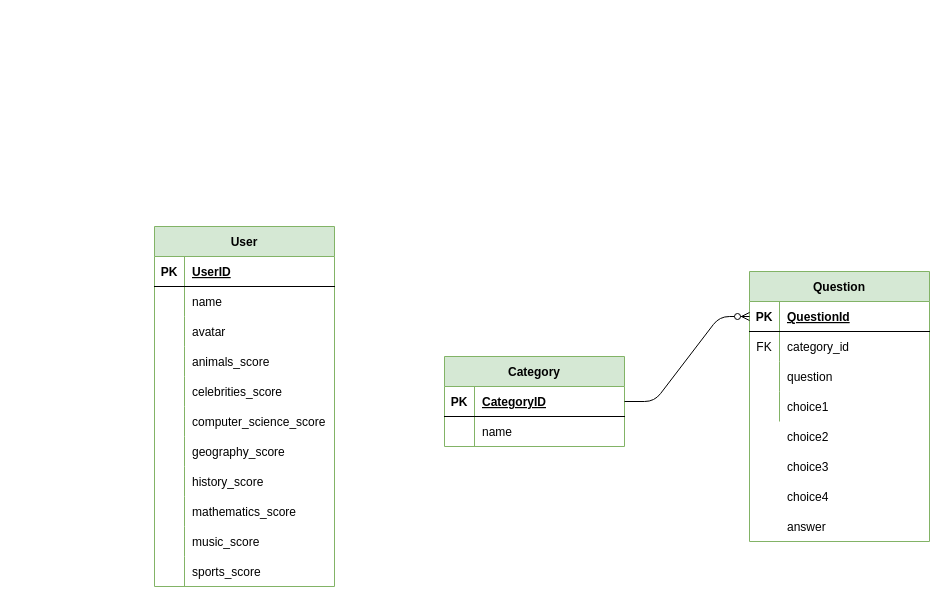
Above: erd.drawio in fentybit/KnowItAll_backend (draw.io), before the change. Source tidied: cells renumbered, new cells numbered last; positions are measured from the earlier drawing's top-left corner, leaving out a move shared by most shapes. Both pictures are drawn from the tidied source at 100%, with x=0, y=0 at pixel (154, 226).
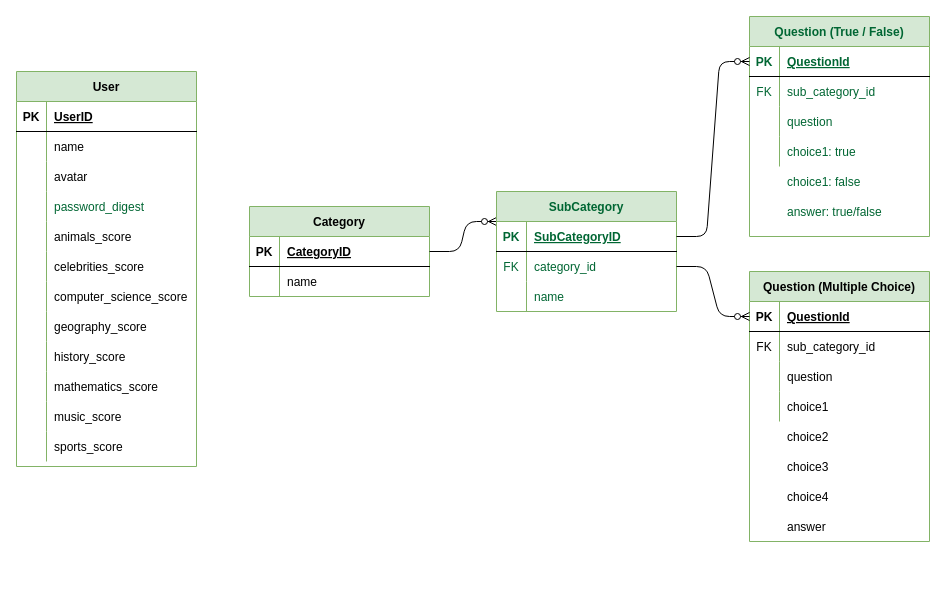
The same page after the edit.

Commit message (it also covers changes not shown here):
add future project build ERD to readme

The change refers to these unchanged cells:
```xml
<mxCell id="37" style="shape=partialRectangle;fillColor=none;top=0;left=0;bottom=1;right=0;points=[[0,0.5],[1,0.5]];portConstraint=eastwest;" parent="36" vertex="1">
  <mxGeometry y="30" width="180" height="30" as="geometry" />
</mxCell>
<mxCell id="44" style="shape=partialRectangle;fillColor=none;top=0;left=0;bottom=1;right=0;points=[[0,0.5],[1,0.5]];portConstraint=eastwest;" parent="43" vertex="1">
  <mxGeometry y="30" width="180" height="30" as="geometry" />
</mxCell>
<mxCell id="47" style="shape=partialRectangle;fillColor=none;top=0;left=0;bottom=0;right=0;" parent="43" vertex="1">
  <mxGeometry y="60" width="180" height="30" as="geometry" />
</mxCell>
```

Diff of the diagram source:
```diff
@@
     <mxCell id="2" value="User" style="shape=table;startSize=30;childLayout=tableLayout;rowLines=0;fontStyle=1;align=center;strokeColor=#82b366;fillColor=#d5e8d4;" parent="1" vertex="1">
-      <mxGeometry width="180" height="360" as="geometry" />
+      <mxGeometry x="-138" y="-155" width="180" height="395" as="geometry" />
     </mxCell>
@@
+    <mxCell id="61" style="shape=partialRectangle;fillColor=none;top=0;left=0;bottom=0;right=0;" parent="2" vertex="1">
+      <mxGeometry y="120" width="180" height="30" as="geometry" />
+    </mxCell>
+    <mxCell id="62" style="shape=partialRectangle;fillColor=none;top=0;left=0;bottom=0;right=0;overflow=hidden;" parent="61" vertex="1">
+      <mxGeometry width="30" height="30" as="geometry" />
+    </mxCell>
+    <mxCell id="63" value="password_digest" style="shape=partialRectangle;fillColor=none;top=0;left=0;bottom=0;right=0;align=left;spacingLeft=6;overflow=hidden;fontColor=#006633;" parent="61" vertex="1">
+      <mxGeometry x="30" width="150" height="30" as="geometry" />
+    </mxCell>
     <mxCell id="12" style="shape=partialRectangle;fillColor=none;top=0;left=0;bottom=0;right=0;" parent="2" vertex="1">
-      <mxGeometry y="120" width="180" height="30" as="geometry" />
+      <mxGeometry y="150" width="180" height="30" as="geometry" />
     </mxCell>
@@
     <mxCell id="15" style="shape=partialRectangle;fillColor=none;top=0;left=0;bottom=0;right=0;" parent="2" vertex="1">
-      <mxGeometry y="150" width="180" height="30" as="geometry" />
+      <mxGeometry y="180" width="180" height="30" as="geometry" />
     </mxCell>
@@
     <mxCell id="18" style="shape=partialRectangle;fillColor=none;top=0;left=0;bottom=0;right=0;" parent="2" vertex="1">
-      <mxGeometry y="180" width="180" height="30" as="geometry" />
+      <mxGeometry y="210" width="180" height="30" as="geometry" />
     </mxCell>
@@
     <mxCell id="21" style="shape=partialRectangle;fillColor=none;top=0;left=0;bottom=0;right=0;" parent="2" vertex="1">
-      <mxGeometry y="210" width="180" height="30" as="geometry" />
+      <mxGeometry y="240" width="180" height="30" as="geometry" />
     </mxCell>
@@
     <mxCell id="24" style="shape=partialRectangle;fillColor=none;top=0;left=0;bottom=0;right=0;" parent="2" vertex="1">
-      <mxGeometry y="240" width="180" height="30" as="geometry" />
+      <mxGeometry y="270" width="180" height="30" as="geometry" />
     </mxCell>
@@
     <mxCell id="27" style="shape=partialRectangle;fillColor=none;top=0;left=0;bottom=0;right=0;" parent="2" vertex="1">
-      <mxGeometry y="270" width="180" height="30" as="geometry" />
+      <mxGeometry y="300" width="180" height="30" as="geometry" />
     </mxCell>
@@
     <mxCell id="30" style="shape=partialRectangle;fillColor=none;top=0;left=0;bottom=0;right=0;" parent="2" vertex="1">
-      <mxGeometry y="300" width="180" height="30" as="geometry" />
+      <mxGeometry y="330" width="180" height="30" as="geometry" />
     </mxCell>
@@
     <mxCell id="33" style="shape=partialRectangle;fillColor=none;top=0;left=0;bottom=0;right=0;" parent="2" vertex="1">
-      <mxGeometry y="330" width="180" height="30" as="geometry" />
+      <mxGeometry y="360" width="180" height="30" as="geometry" />
     </mxCell>
@@
     <mxCell id="36" value="Category" style="shape=table;startSize=30;childLayout=tableLayout;rowLines=0;fontStyle=1;align=center;strokeColor=#82b366;fillColor=#d5e8d4;" parent="1" vertex="1">
-      <mxGeometry x="290" y="130" width="180" height="90" as="geometry" />
+      <mxGeometry x="95" y="-20" width="180" height="90" as="geometry" />
     </mxCell>
@@
-    <mxCell id="43" value="Question" style="shape=table;startSize=30;childLayout=tableLayout;rowLines=0;fontStyle=1;align=center;strokeColor=#82b366;fillColor=#d5e8d4;" parent="1" vertex="1">
+    <mxCell id="43" value="Question (Multiple Choice)" style="shape=table;startSize=30;childLayout=tableLayout;rowLines=0;fontStyle=1;align=center;strokeColor=#82b366;fillColor=#d5e8d4;" parent="1" vertex="1">
       <mxGeometry x="595" y="45" width="180" height="270" as="geometry" />
     </mxCell>
@@
-    <mxCell id="49" value="category_id" style="shape=partialRectangle;fillColor=none;top=0;left=0;bottom=0;right=0;align=left;spacingLeft=6;overflow=hidden;" parent="47" vertex="1">
+    <mxCell id="49" value="sub_category_id" style="shape=partialRectangle;fillColor=none;top=0;left=0;bottom=0;right=0;align=left;spacingLeft=6;overflow=hidden;" parent="47" vertex="1">
       <mxGeometry x="30" width="150" height="30" as="geometry" />
     </mxCell>
@@
-    <mxCell id="60" style="edgeStyle=entityRelationEdgeStyle;fontSize=12;html=1;endArrow=ERzeroToMany;endFill=1;exitX=1;exitY=0.5;exitDx=0;exitDy=0;entryX=0;entryY=0.5;entryDx=0;entryDy=0;" parent="1" edge="1" source="37" target="44">
+    <mxCell id="60" style="edgeStyle=entityRelationEdgeStyle;fontSize=12;html=1;endArrow=ERzeroToMany;endFill=1;exitX=1;exitY=0.5;exitDx=0;exitDy=0;entryX=0;entryY=0.25;entryDx=0;entryDy=0;" parent="1" edge="1" source="37" target="64">
       <mxGeometry relative="1" as="geometry" />
     </mxCell>
+    <mxCell id="64" value="SubCategory" style="shape=table;startSize=30;childLayout=tableLayout;rowLines=0;fontStyle=1;align=center;strokeColor=#82b366;fillColor=#d5e8d4;fontColor=#006633;" parent="1" vertex="1">
+      <mxGeometry x="342" y="-35" width="180" height="120" as="geometry" />
+    </mxCell>
+    <mxCell id="65" style="shape=partialRectangle;fillColor=none;top=0;left=0;bottom=1;right=0;points=[[0,0.5],[1,0.5]];portConstraint=eastwest;" parent="64" vertex="1">
+      <mxGeometry y="30" width="180" height="30" as="geometry" />
+    </mxCell>
+    <mxCell id="66" value="PK" style="shape=partialRectangle;fillColor=none;top=0;left=0;bottom=0;right=0;fontStyle=1;overflow=hidden;fontColor=#006633;" parent="65" vertex="1">
+      <mxGeometry width="30" height="30" as="geometry" />
+    </mxCell>
+    <mxCell id="67" value="SubCategoryID" style="shape=partialRectangle;fillColor=none;top=0;left=0;bottom=0;right=0;align=left;spacingLeft=6;fontStyle=5;overflow=hidden;fontColor=#006633;" parent="65" vertex="1">
+      <mxGeometry x="30" width="150" height="30" as="geometry" />
+    </mxCell>
+    <mxCell id="68" style="shape=partialRectangle;fillColor=none;top=0;left=0;bottom=0;right=0;points=[[0,0.5],[1,0.5]];portConstraint=eastwest;" parent="64" vertex="1">
+      <mxGeometry y="60" width="180" height="30" as="geometry" />
+    </mxCell>
+    <mxCell id="69" value="FK" style="shape=partialRectangle;fillColor=none;top=0;left=0;bottom=0;right=0;overflow=hidden;fontColor=#006633;" parent="68" vertex="1">
+      <mxGeometry width="30" height="30" as="geometry" />
+    </mxCell>
+    <mxCell id="70" value="category_id" style="shape=partialRectangle;fillColor=none;top=0;left=0;bottom=0;right=0;align=left;spacingLeft=6;overflow=hidden;fontColor=#006633;" parent="68" vertex="1">
+      <mxGeometry x="30" width="150" height="30" as="geometry" />
+    </mxCell>
+    <mxCell id="71" style="shape=partialRectangle;fillColor=none;top=0;left=0;bottom=0;right=0;" parent="64" vertex="1">
+      <mxGeometry y="90" width="180" height="30" as="geometry" />
+    </mxCell>
+    <mxCell id="72" style="shape=partialRectangle;fillColor=none;top=0;left=0;bottom=0;right=0;overflow=hidden;" parent="71" vertex="1">
+      <mxGeometry width="30" height="30" as="geometry" />
+    </mxCell>
+    <mxCell id="73" value="name" style="shape=partialRectangle;fillColor=none;top=0;left=0;bottom=0;right=0;align=left;spacingLeft=6;overflow=hidden;fontColor=#006633;" parent="71" vertex="1">
+      <mxGeometry x="30" width="150" height="30" as="geometry" />
+    </mxCell>
+    <mxCell id="74" style="edgeStyle=entityRelationEdgeStyle;fontSize=12;html=1;endArrow=ERzeroToMany;endFill=1;exitX=1;exitY=0.5;exitDx=0;exitDy=0;entryX=0;entryY=0.5;entryDx=0;entryDy=0;" parent="1" edge="1" source="68" target="44">
+      <mxGeometry relative="1" as="geometry" />
+    </mxCell>
+    <mxCell id="75" value="Question (True / False)" style="shape=table;startSize=30;childLayout=tableLayout;rowLines=0;fontStyle=1;align=center;strokeColor=#82b366;fillColor=#d5e8d4;fontColor=#006633;" parent="1" vertex="1">
+      <mxGeometry x="595" y="-210" width="180" height="220" as="geometry" />
+    </mxCell>
+    <mxCell id="76" style="shape=partialRectangle;fillColor=none;top=0;left=0;bottom=1;right=0;points=[[0,0.5],[1,0.5]];portConstraint=eastwest;" parent="75" vertex="1">
+      <mxGeometry y="30" width="180" height="30" as="geometry" />
+    </mxCell>
+    <mxCell id="77" value="PK" style="shape=partialRectangle;fillColor=none;top=0;left=0;bottom=0;right=0;fontStyle=1;overflow=hidden;fontColor=#006633;" parent="76" vertex="1">
+      <mxGeometry width="30" height="30" as="geometry" />
+    </mxCell>
+    <mxCell id="78" value="QuestionId" style="shape=partialRectangle;fillColor=none;top=0;left=0;bottom=0;right=0;align=left;spacingLeft=6;fontStyle=5;overflow=hidden;fontColor=#006633;" parent="76" vertex="1">
+      <mxGeometry x="30" width="150" height="30" as="geometry" />
+    </mxCell>
+    <mxCell id="79" style="shape=partialRectangle;fillColor=none;top=0;left=0;bottom=0;right=0;" parent="75" vertex="1">
+      <mxGeometry y="60" width="180" height="30" as="geometry" />
+    </mxCell>
+    <mxCell id="80" value="FK" style="shape=partialRectangle;fillColor=none;top=0;left=0;bottom=0;right=0;overflow=hidden;fontColor=#006633;" parent="79" vertex="1">
+      <mxGeometry width="30" height="30" as="geometry" />
+    </mxCell>
+    <mxCell id="81" value="sub_category_id" style="shape=partialRectangle;fillColor=none;top=0;left=0;bottom=0;right=0;align=left;spacingLeft=6;overflow=hidden;fontColor=#006633;" parent="79" vertex="1">
+      <mxGeometry x="30" width="150" height="30" as="geometry" />
+    </mxCell>
+    <mxCell id="82" style="shape=partialRectangle;fillColor=none;top=0;left=0;bottom=0;right=0;" parent="75" vertex="1">
+      <mxGeometry y="90" width="180" height="30" as="geometry" />
+    </mxCell>
+    <mxCell id="83" style="shape=partialRectangle;fillColor=none;top=0;left=0;bottom=0;right=0;overflow=hidden;" parent="82" vertex="1">
+      <mxGeometry width="30" height="30" as="geometry" />
+    </mxCell>
+    <mxCell id="84" value="question" style="shape=partialRectangle;fillColor=none;top=0;left=0;bottom=0;right=0;align=left;spacingLeft=6;overflow=hidden;fontColor=#006633;" parent="82" vertex="1">
+      <mxGeometry x="30" width="150" height="30" as="geometry" />
+    </mxCell>
+    <mxCell id="85" style="shape=partialRectangle;fillColor=none;top=0;left=0;bottom=0;right=0;" parent="75" vertex="1">
+      <mxGeometry y="120" width="180" height="30" as="geometry" />
+    </mxCell>
+    <mxCell id="86" style="shape=partialRectangle;fillColor=none;top=0;left=0;bottom=0;right=0;overflow=hidden;" parent="85" vertex="1">
+      <mxGeometry width="30" height="30" as="geometry" />
+    </mxCell>
+    <mxCell id="87" value="choice1: true" style="shape=partialRectangle;fillColor=none;top=0;left=0;bottom=0;right=0;align=left;spacingLeft=6;overflow=hidden;fontColor=#006633;" parent="85" vertex="1">
+      <mxGeometry x="30" width="150" height="30" as="geometry" />
+    </mxCell>
+    <mxCell id="88" value="choice1: false" style="shape=partialRectangle;fillColor=none;top=0;left=0;bottom=0;right=0;align=left;spacingLeft=6;overflow=hidden;fontColor=#006633;" parent="1" vertex="1">
+      <mxGeometry x="625" y="-60" width="150" height="30" as="geometry" />
+    </mxCell>
+    <mxCell id="89" value="answer: true/false" style="shape=partialRectangle;fillColor=none;top=0;left=0;bottom=0;right=0;align=left;spacingLeft=6;overflow=hidden;fontColor=#006633;" parent="1" vertex="1">
+      <mxGeometry x="625" y="-30" width="150" height="30" as="geometry" />
+    </mxCell>
+    <mxCell id="90" style="edgeStyle=entityRelationEdgeStyle;fontSize=12;html=1;endArrow=ERzeroToMany;endFill=1;exitX=1;exitY=0.5;exitDx=0;exitDy=0;entryX=0;entryY=0.5;entryDx=0;entryDy=0;" parent="1" edge="1" source="65" target="76">
+      <mxGeometry relative="1" as="geometry" />
+    </mxCell>
```
